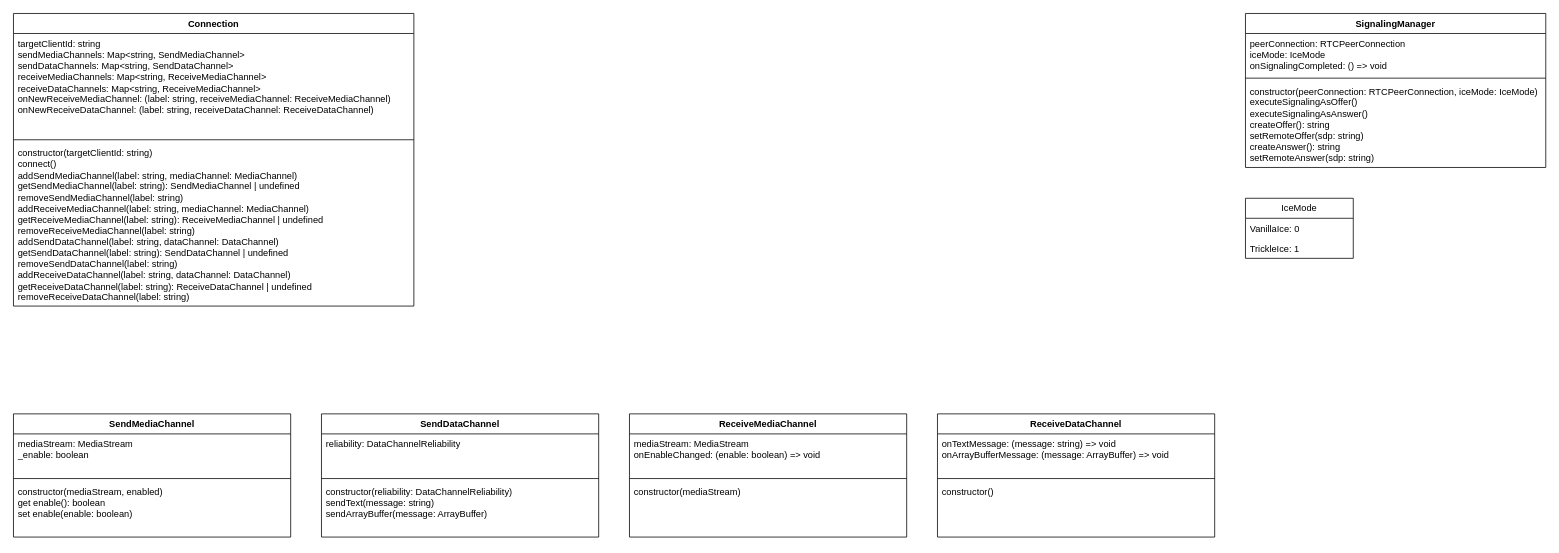
aquilaneo/webrtc-wrapper keeps this draw.io diagram as docs/class.drawio. Above is the earlier version. Source tidied: cells renumbered, new cells numbered last; positions are measured from the earlier drawing's top-left corner, leaving out a move shared by most shapes. Both pictures are drawn from the tidied source at 77%, with x=0, y=0 at pixel (13, 13).
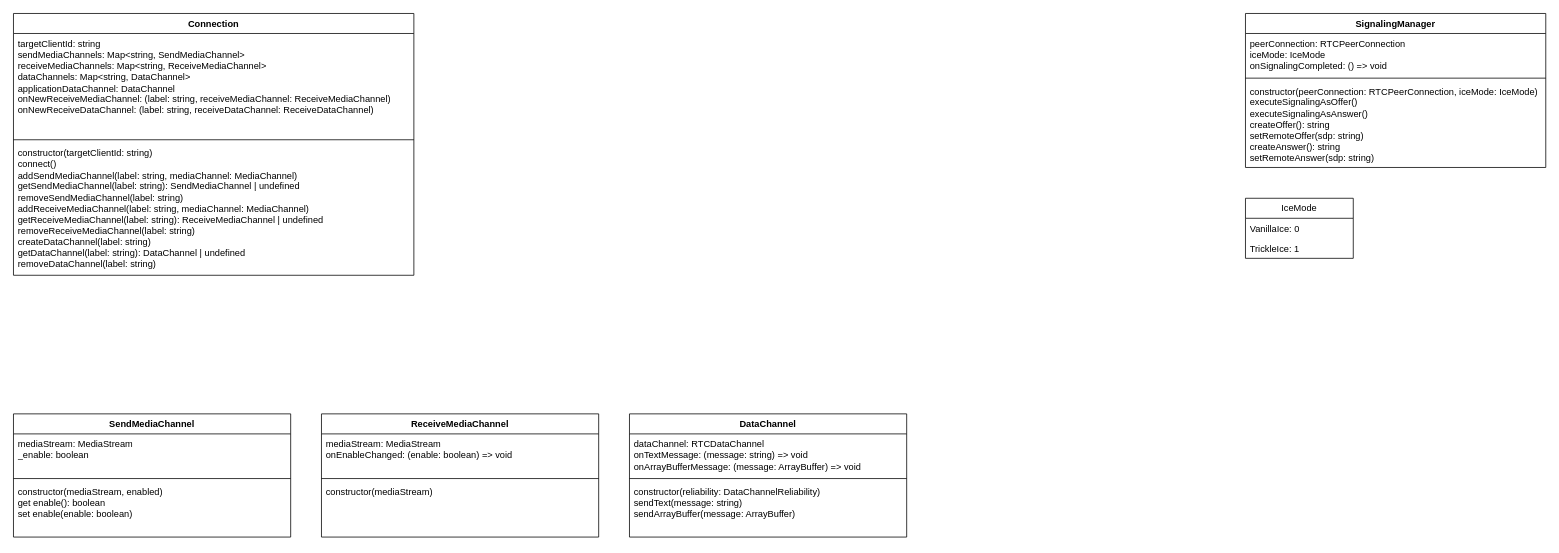
The same page after the edit.

What changed in the source:
```diff
@@
     <mxCell id="2" value="Connection" style="swimlane;fontStyle=1;align=center;verticalAlign=top;horizontal=1;startSize=26;whiteSpace=wrap;html=1;" parent="1" vertex="1">
-      <mxGeometry width="520" height="380" as="geometry" />
+      <mxGeometry width="520" height="340" as="geometry" />
     </mxCell>
-    <mxCell id="3" value="targetClientId: string&lt;br&gt;sendMediaChannels: Map&amp;lt;string, SendMediaChannel&amp;gt;&lt;br&gt;sendDataChannels: Map&amp;lt;string, SendDataChannel&amp;gt;&lt;br&gt;receiveMediaChannels: Map&amp;lt;string, ReceiveMediaChannel&amp;gt;&lt;br&gt;receiveDataChannels: Map&amp;lt;string, ReceiveMediaChannel&amp;gt;&lt;br&gt;onNewReceiveMediaChannel: (label: string, receiveMediaChannel: ReceiveMediaChannel)&lt;br&gt;onNewReceiveDataChannel: (label: string, receiveDataChannel: ReceiveDataChannel)" style="text;strokeColor=none;fillColor=none;align=left;verticalAlign=top;spacingLeft=4;spacingRight=4;overflow=hidden;whiteSpace=wrap;html=1;" parent="2" vertex="1">
+    <mxCell id="3" value="targetClientId: string&lt;br&gt;sendMediaChannels: Map&amp;lt;string, SendMediaChannel&amp;gt;&lt;br&gt;receiveMediaChannels: Map&amp;lt;string, ReceiveMediaChannel&amp;gt;&lt;br&gt;dataChannels: Map&amp;lt;string, DataChannel&amp;gt;&lt;br&gt;applicationDataChannel: DataChannel&lt;br&gt;onNewReceiveMediaChannel: (label: string, receiveMediaChannel: ReceiveMediaChannel)&lt;br&gt;onNewReceiveDataChannel: (label: string, receiveDataChannel: ReceiveDataChannel)" style="text;strokeColor=none;fillColor=none;align=left;verticalAlign=top;spacingLeft=4;spacingRight=4;overflow=hidden;whiteSpace=wrap;html=1;" parent="2" vertex="1">
       <mxGeometry y="26" width="520" height="134" as="geometry" />
     </mxCell>
@@
-    <mxCell id="5" value="constructor(targetClientId: string)&lt;br&gt;connect()&lt;br&gt;addSendMediaChannel(label: string, mediaChannel: MediaChannel)&lt;br&gt;getSendMediaChannel(label: string): SendMediaChannel | undefined&lt;br&gt;removeSendMediaChannel(label: string)&lt;br&gt;addReceiveMediaChannel(label: string, mediaChannel: MediaChannel)&lt;br style=&quot;border-color: var(--border-color);&quot;&gt;getReceiveMediaChannel(label: string): ReceiveMediaChannel | undefined&lt;br style=&quot;border-color: var(--border-color);&quot;&gt;removeReceiveMediaChannel(label: string)&lt;br style=&quot;border-color: var(--border-color);&quot;&gt;addSendDataChannel(label: string, dataChannel: DataChannel)&lt;br&gt;getSendDataChannel(label: string): SendDataChannel | undefined&lt;br&gt;removeSendDataChannel(label: string)&lt;br&gt;addReceiveDataChannel(label: string, dataChannel: DataChannel)&lt;br style=&quot;border-color: var(--border-color);&quot;&gt;getReceiveDataChannel(label: string): ReceiveDataChannel | undefined&lt;br style=&quot;border-color: var(--border-color);&quot;&gt;removeReceiveDataChannel(label: string)" style="text;strokeColor=none;fillColor=none;align=left;verticalAlign=top;spacingLeft=4;spacingRight=4;overflow=hidden;whiteSpace=wrap;html=1;" parent="2" vertex="1">
-      <mxGeometry y="168" width="520" height="212" as="geometry" />
+    <mxCell id="5" value="constructor(targetClientId: string)&lt;br&gt;connect()&lt;br&gt;addSendMediaChannel(label: string, mediaChannel: MediaChannel)&lt;br&gt;getSendMediaChannel(label: string): SendMediaChannel | undefined&lt;br&gt;removeSendMediaChannel(label: string)&lt;br&gt;addReceiveMediaChannel(label: string, mediaChannel: MediaChannel)&lt;br style=&quot;border-color: var(--border-color);&quot;&gt;getReceiveMediaChannel(label: string): ReceiveMediaChannel | undefined&lt;br style=&quot;border-color: var(--border-color);&quot;&gt;removeReceiveMediaChannel(label: string)&lt;br style=&quot;border-color: var(--border-color);&quot;&gt;createDataChannel(label: string)&lt;br&gt;getDataChannel(label: string): DataChannel | undefined&lt;br&gt;removeDataChannel(label: string)" style="text;strokeColor=none;fillColor=none;align=left;verticalAlign=top;spacingLeft=4;spacingRight=4;overflow=hidden;whiteSpace=wrap;html=1;" parent="2" vertex="1">
+      <mxGeometry y="168" width="520" height="172" as="geometry" />
     </mxCell>
@@
-    <mxCell id="10" value="SendDataChannel" style="swimlane;fontStyle=1;align=center;verticalAlign=top;horizontal=1;startSize=26;whiteSpace=wrap;html=1;" parent="1" vertex="1">
-      <mxGeometry x="400" y="520" width="360" height="160" as="geometry" />
+    <mxCell id="10" value="DataChannel" style="swimlane;fontStyle=1;align=center;verticalAlign=top;horizontal=1;startSize=26;whiteSpace=wrap;html=1;" parent="1" vertex="1">
+      <mxGeometry x="800" y="520" width="360" height="160" as="geometry" />
     </mxCell>
-    <mxCell id="11" value="reliability: DataChannelReliability" style="text;strokeColor=none;fillColor=none;align=left;verticalAlign=top;spacingLeft=4;spacingRight=4;overflow=hidden;whiteSpace=wrap;html=1;" parent="10" vertex="1">
+    <mxCell id="11" value="dataChannel: RTCDataChannel&lt;br&gt;onTextMessage: (message: string) =&amp;gt; void&lt;br style=&quot;border-color: var(--border-color);&quot;&gt;onArrayBufferMessage: (message: ArrayBuffer) =&amp;gt; void" style="text;strokeColor=none;fillColor=none;align=left;verticalAlign=top;spacingLeft=4;spacingRight=4;overflow=hidden;whiteSpace=wrap;html=1;" parent="10" vertex="1">
       <mxGeometry y="26" width="360" height="54" as="geometry" />
     </mxCell>
@@
     <mxCell id="14" value="ReceiveMediaChannel" style="swimlane;fontStyle=1;align=center;verticalAlign=top;horizontal=1;startSize=26;whiteSpace=wrap;html=1;" parent="1" vertex="1">
-      <mxGeometry x="800" y="520" width="360" height="160" as="geometry" />
+      <mxGeometry x="400" y="520" width="360" height="160" as="geometry" />
     </mxCell>
@@
-    <mxCell id="18" value="ReceiveDataChannel" style="swimlane;fontStyle=1;align=center;verticalAlign=top;horizontal=1;startSize=26;whiteSpace=wrap;html=1;" parent="1" vertex="1">
-      <mxGeometry x="1200" y="520" width="360" height="160" as="geometry" />
-    </mxCell>
-    <mxCell id="19" value="onTextMessage: (message: string) =&amp;gt; void&lt;br&gt;onArrayBufferMessage: (message: ArrayBuffer) =&amp;gt; void" style="text;strokeColor=none;fillColor=none;align=left;verticalAlign=top;spacingLeft=4;spacingRight=4;overflow=hidden;whiteSpace=wrap;html=1;" parent="18" vertex="1">
-      <mxGeometry y="26" width="360" height="54" as="geometry" />
-    </mxCell>
-    <mxCell id="20" style="line;strokeWidth=1;fillColor=none;align=left;verticalAlign=middle;spacingTop=-1;spacingLeft=3;spacingRight=3;labelPosition=right;strokeColor=inherit;" parent="18" vertex="1">
-      <mxGeometry y="80" width="360" height="8" as="geometry" />
-    </mxCell>
-    <mxCell id="21" value="constructor()" style="text;strokeColor=none;fillColor=none;align=left;verticalAlign=top;spacingLeft=4;spacingRight=4;overflow=hidden;whiteSpace=wrap;html=1;" parent="18" vertex="1">
-      <mxGeometry y="88" width="360" height="72" as="geometry" />
-    </mxCell>
```
